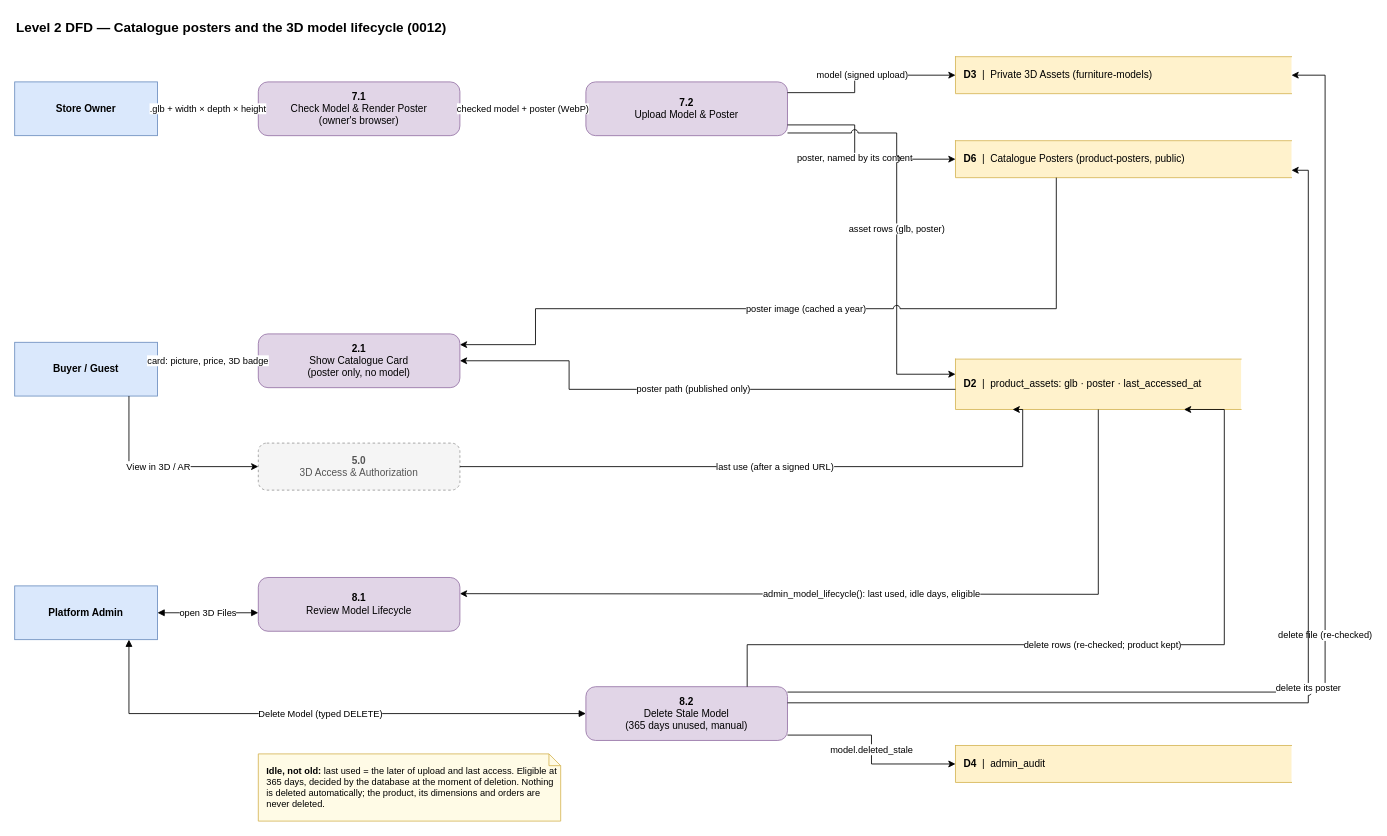
Above: page "Level 2 — 7.0/8.0 Posters & Model Lifecycle" (6 of 13) of docs/FURNISHAR-DFD-V2.drawio in Kenji0000X/FurnishAR.v1 (draw.io), before the change. Source tidied: cells renumbered, new cells numbered last; positions are measured from the earlier drawing's top-left corner, leaving out a move shared by most shapes. Both pictures are drawn from the tidied source at 84%, with x=0, y=0 at pixel (14, 14).
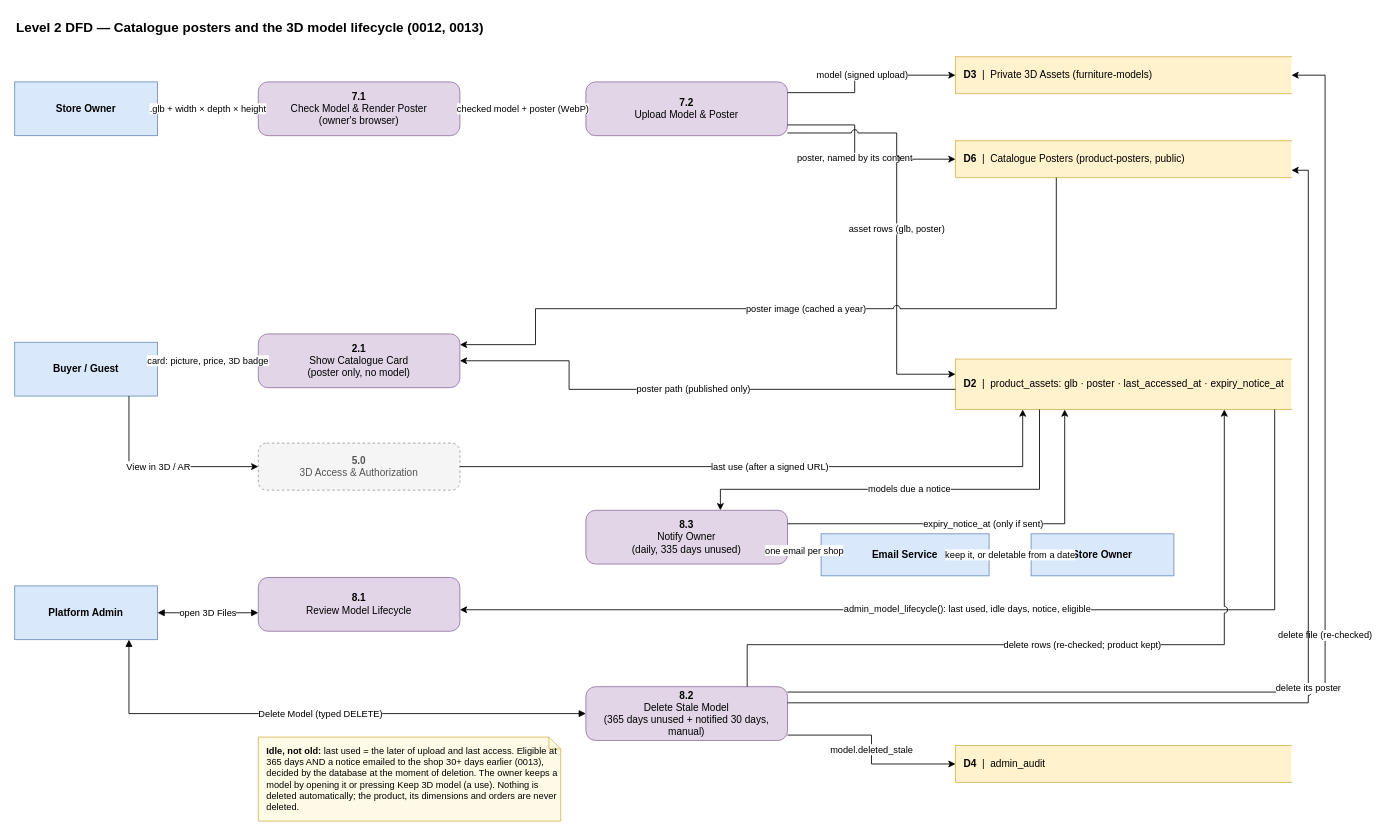
Above is the later version.

Unchanged cells that the change refers to:
```xml
<mxCell id="10" value="&lt;b&gt;8.1&lt;/b&gt;&lt;br&gt;Review Model Lifecycle" style="rounded=1;whiteSpace=wrap;html=1;fillColor=#e1d5e7;strokeColor=#9673a6;arcSize=18;" parent="1" vertex="1">
  <mxGeometry x="290" y="670" width="240" height="64" as="geometry" />
</mxCell>
```

Change to the diagram source:
```diff
@@
-    <mxCell id="2" value="Level 2 DFD — Catalogue posters and the 3D model lifecycle (0012)" style="text;html=1;align=left;verticalAlign=middle;fontStyle=1;fontSize=16;" parent="1" vertex="1">
+    <mxCell id="2" value="Level 2 DFD — Catalogue posters and the 3D model lifecycle (0012, 0013)" style="text;html=1;align=left;verticalAlign=middle;fontStyle=1;fontSize=16;" parent="1" vertex="1">
       <mxGeometry width="900" height="30" as="geometry" />
     </mxCell>
@@
-    <mxCell id="11" value="&lt;b&gt;8.2&lt;/b&gt;&lt;br&gt;Delete Stale Model&lt;br&gt;(365 days unused, manual)" style="rounded=1;whiteSpace=wrap;html=1;fillColor=#e1d5e7;strokeColor=#9673a6;arcSize=18;" parent="1" vertex="1">
+    <mxCell id="11" value="&lt;b&gt;8.2&lt;/b&gt;&lt;br&gt;Delete Stale Model&lt;br&gt;(365 days unused + notified 30 days, manual)" style="rounded=1;whiteSpace=wrap;html=1;fillColor=#e1d5e7;strokeColor=#9673a6;arcSize=18;" parent="1" vertex="1">
       <mxGeometry x="680" y="800" width="240" height="64" as="geometry" />
     </mxCell>
+    <mxCell id="34" value="&lt;b&gt;8.3&lt;/b&gt;&lt;br&gt;Notify Owner&lt;br&gt;(daily, 335 days unused)" style="rounded=1;whiteSpace=wrap;html=1;fillColor=#e1d5e7;strokeColor=#9673a6;arcSize=18;" parent="1" vertex="1">
+      <mxGeometry x="680" y="590" width="240" height="64" as="geometry" />
+    </mxCell>
+    <mxCell id="35" value="Email Service" style="rounded=0;whiteSpace=wrap;html=1;fillColor=#dae8fc;strokeColor=#6c8ebf;fontStyle=1;" parent="1" vertex="1">
+      <mxGeometry x="960" y="618" width="200" height="50" as="geometry" />
+    </mxCell>
+    <mxCell id="36" value="Store Owner" style="rounded=0;whiteSpace=wrap;html=1;fillColor=#dae8fc;strokeColor=#6c8ebf;fontStyle=1;" parent="1" vertex="1">
+      <mxGeometry x="1210" y="618" width="170" height="50" as="geometry" />
+    </mxCell>
@@
-    <mxCell id="14" value="&lt;b&gt;D2&lt;/b&gt;&amp;nbsp;&amp;nbsp;|&amp;nbsp;&amp;nbsp;product_assets: glb · poster · last_accessed_at" style="shape=partialRectangle;whiteSpace=wrap;html=1;right=0;fillColor=#fff2cc;strokeColor=#d6b656;align=left;spacingLeft=8;" parent="1" vertex="1">
-      <mxGeometry x="1120" y="410" width="340" height="60" as="geometry" />
+    <mxCell id="14" value="&lt;b&gt;D2&lt;/b&gt;&amp;nbsp;&amp;nbsp;|&amp;nbsp;&amp;nbsp;product_assets: glb · poster · last_accessed_at · expiry_notice_at" style="shape=partialRectangle;whiteSpace=wrap;html=1;right=0;fillColor=#fff2cc;strokeColor=#d6b656;align=left;spacingLeft=8;" parent="1" vertex="1">
+      <mxGeometry x="1120" y="410" width="400" height="60" as="geometry" />
     </mxCell>
@@
-    <mxCell id="16" value="&lt;b&gt;Idle, not old:&lt;/b&gt; last used = the later of upload and last access. Eligible at 365 days, decided by the database at the moment of deletion. Nothing is deleted automatically; the product, its dimensions and orders are never deleted." style="shape=note;whiteSpace=wrap;html=1;size=14;fillColor=#fffbe6;strokeColor=#d6b656;align=left;spacingLeft=8;fontSize=11;" parent="1" vertex="1">
-      <mxGeometry x="290" y="880" width="360" height="80" as="geometry" />
+    <mxCell id="16" value="&lt;b&gt;Idle, not old:&lt;/b&gt; last used = the later of upload and last access. Eligible at 365 days AND a notice emailed to the shop 30+ days earlier (0013), decided by the database at the moment of deletion. The owner keeps a model by opening it or pressing Keep 3D model (a use). Nothing is deleted automatically; the product, its dimensions and orders are never deleted." style="shape=note;whiteSpace=wrap;html=1;size=14;fillColor=#fffbe6;strokeColor=#d6b656;align=left;spacingLeft=8;fontSize=11;" parent="1" vertex="1">
+      <mxGeometry x="290" y="860" width="360" height="100" as="geometry" />
     </mxCell>
@@
-    <mxCell id="28" value="admin_model_lifecycle(): last used, idle days, eligible" style="edgeStyle=orthogonalEdgeStyle;rounded=0;jettySize=auto;html=1;fontSize=11;labelBackgroundColor=#ffffff;jumpStyle=arc;jumpSize=8;exitX=0.5;exitY=1;exitDx=0;exitDy=0;entryX=1;entryY=0.3;entryDx=0;entryDy=0;" parent="1" edge="1" source="14" target="10">
+    <mxCell id="28" value="admin_model_lifecycle(): last used, idle days, notice, eligible" style="edgeStyle=orthogonalEdgeStyle;rounded=0;jettySize=auto;html=1;fontSize=11;labelBackgroundColor=#ffffff;jumpStyle=arc;jumpSize=8;exitX=0.95;exitY=1;exitDx=0;exitDy=0;entryX=1;entryY=0.6;entryDx=0;entryDy=0;" parent="1" edge="1" source="14" target="10">
       <mxGeometry relative="1" as="geometry">
         <Array as="points">
-          <mxPoint x="1290" y="690" />
-          <mxPoint x="620" y="690" />
+          <mxPoint x="1500" y="708.4" />
         </Array>
       </mxGeometry>
     </mxCell>
@@
+    <mxCell id="37" value="models due a notice" style="edgeStyle=orthogonalEdgeStyle;rounded=0;jettySize=auto;html=1;fontSize=11;labelBackgroundColor=#ffffff;jumpStyle=arc;jumpSize=8;exitX=0.25;exitY=1;exitDx=0;exitDy=0;entryX=0.667;entryY=0;entryDx=0;entryDy=0;" parent="1" edge="1" source="14" target="34">
+      <mxGeometry relative="1" as="geometry">
+        <Array as="points">
+          <mxPoint x="1220" y="565" />
+          <mxPoint x="840" y="565" />
+        </Array>
+      </mxGeometry>
+    </mxCell>
+    <mxCell id="38" value="expiry_notice_at (only if sent)" style="edgeStyle=orthogonalEdgeStyle;rounded=0;jettySize=auto;html=1;fontSize=11;labelBackgroundColor=#ffffff;jumpStyle=arc;jumpSize=8;exitX=1;exitY=0.25;exitDx=0;exitDy=0;entryX=0.325;entryY=1;entryDx=0;entryDy=0;" parent="1" edge="1" source="34" target="14">
+      <mxGeometry relative="1" as="geometry">
+        <Array as="points">
+          <mxPoint x="1250" y="606" />
+        </Array>
+      </mxGeometry>
+    </mxCell>
+    <mxCell id="39" value="one email per shop" style="edgeStyle=orthogonalEdgeStyle;rounded=0;jettySize=auto;html=1;fontSize=11;labelBackgroundColor=#ffffff;jumpStyle=arc;jumpSize=8;exitX=1;exitY=0.75;exitDx=0;exitDy=0;entryX=0;entryY=0.4;entryDx=0;entryDy=0;" parent="1" edge="1" source="34" target="35">
+      <mxGeometry relative="1" as="geometry" />
+    </mxCell>
+    <mxCell id="40" value="keep it, or deletable from a date" style="edgeStyle=orthogonalEdgeStyle;rounded=0;jettySize=auto;html=1;fontSize=11;labelBackgroundColor=#ffffff;jumpStyle=arc;jumpSize=8;exitX=1;exitY=0.5;exitDx=0;exitDy=0;entryX=0;entryY=0.5;entryDx=0;entryDy=0;" parent="1" edge="1" source="35" target="36">
+      <mxGeometry relative="1" as="geometry" />
+    </mxCell>
```
